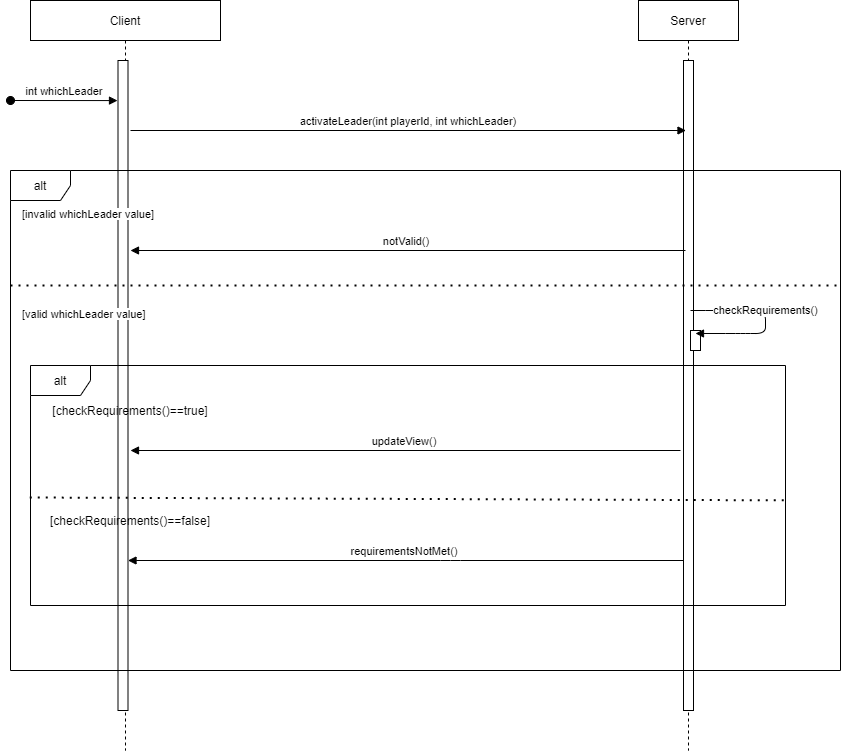
lolloz98/Masters-of-Renaissance keeps this draw.io diagram as deliverables/final/uml/sequence_diagram/activate_leader/activate_leader_sequence.png. Above is the earlier version. Source tidied: cells renumbered, new cells last; positions are measured from the earlier drawing's top-left corner, leaving out a move shared by most shapes. The source it was exported from:
```xml
<mxGraphModel background="#ffffff">
  <root>
    <mxCell id="0" />
    <mxCell id="1" parent="0" />
    <mxCell id="2" value="Client" style="shape=umlLifeline;perimeter=lifelinePerimeter;rounded=0;shadow=0;strokeWidth=1;" parent="1" vertex="1">
      <mxGeometry x="20" width="190" height="750" as="geometry" />
    </mxCell>
    <mxCell id="3" style="points=[];perimeter=orthogonalPerimeter;rounded=0;shadow=0;strokeWidth=1;" parent="2" vertex="1">
      <mxGeometry x="87.5" y="60" width="10" height="650" as="geometry" />
    </mxCell>
    <mxCell id="4" value="Server" style="shape=umlLifeline;perimeter=lifelinePerimeter;rounded=0;shadow=0;strokeWidth=1;" parent="1" vertex="1">
      <mxGeometry x="628" width="100" height="750" as="geometry" />
    </mxCell>
    <mxCell id="5" style="points=[];perimeter=orthogonalPerimeter;rounded=0;shadow=0;strokeWidth=1;" parent="4" vertex="1">
      <mxGeometry x="45" y="60" width="10" height="650" as="geometry" />
    </mxCell>
    <mxCell id="6" value="activateLeader(int playerId, int whichLeader)" style="verticalAlign=bottom;endArrow=block;entryX=0;entryY=0;shadow=0;strokeWidth=1;" parent="1" edge="1">
      <mxGeometry relative="1" as="geometry">
        <mxPoint x="120" y="130" as="sourcePoint" />
        <mxPoint x="675.5" y="130" as="targetPoint" />
      </mxGeometry>
    </mxCell>
    <mxCell id="7" style="endArrow=none;dashed=1;html=1;dashPattern=1 3;strokeWidth=2;exitX=0;exitY=0.25;exitDx=0;exitDy=0;entryX=1;entryY=0.25;entryDx=0;entryDy=0;" parent="1" edge="1">
      <mxGeometry relative="1" as="geometry">
        <mxPoint y="285" as="sourcePoint" />
        <mxPoint x="830" y="285" as="targetPoint" />
      </mxGeometry>
    </mxCell>
    <mxCell id="8" value="notValid()" style="verticalAlign=bottom;endArrow=block;shadow=0;strokeWidth=1;" parent="1" edge="1">
      <mxGeometry x="0.01" relative="1" as="geometry">
        <mxPoint x="675" y="250" as="sourcePoint" />
        <mxPoint x="120" y="250" as="targetPoint" />
      </mxGeometry>
    </mxCell>
    <mxCell id="9" value="requirementsNotMet()" style="verticalAlign=bottom;endArrow=block;shadow=0;strokeWidth=1;" parent="1" edge="1" source="5" target="3">
      <mxGeometry x="0.01" relative="1" as="geometry">
        <Array as="points">
          <mxPoint x="440" y="560" />
        </Array>
      </mxGeometry>
    </mxCell>
    <mxCell id="10" value="int whichLeader" style="verticalAlign=bottom;startArrow=oval;endArrow=block;startSize=8;shadow=0;strokeWidth=1;entryX=-0.05;entryY=0.208;entryDx=0;entryDy=0;entryPerimeter=0;" parent="1" edge="1">
      <mxGeometry relative="1" as="geometry">
        <mxPoint y="100" as="sourcePoint" />
        <mxPoint x="107" y="100.1" as="targetPoint" />
      </mxGeometry>
    </mxCell>
    <mxCell id="11" value="alt" style="shape=umlFrame;whiteSpace=wrap;html=1;" parent="1" vertex="1">
      <mxGeometry x="20" y="365" width="755" height="240" as="geometry" />
    </mxCell>
    <mxCell id="12" style="points=[];perimeter=orthogonalPerimeter;rounded=0;shadow=0;strokeWidth=1;" parent="1" vertex="1">
      <mxGeometry x="680" y="330" width="10" height="20" as="geometry" />
    </mxCell>
    <mxCell id="13" value="checkRequirements()" style="html=1;verticalAlign=bottom;endArrow=block;" parent="1" edge="1">
      <mxGeometry relative="1" as="geometry">
        <mxPoint x="680" y="310" as="sourcePoint" />
        <mxPoint x="685" y="333" as="targetPoint" />
        <Array as="points">
          <mxPoint x="695" y="310" />
          <mxPoint x="755" y="310" />
          <mxPoint x="755" y="333" />
          <mxPoint x="735" y="333" />
          <mxPoint x="725" y="333" />
        </Array>
      </mxGeometry>
    </mxCell>
    <mxCell id="14" value="&lt;div style=&quot;text-align: center&quot;&gt;&lt;font face=&quot;helvetica&quot;&gt;&lt;span style=&quot;font-size: 11px ; background-color: rgb(255 , 255 , 255)&quot;&gt;[valid whichLeader value]&lt;/span&gt;&lt;/font&gt;&lt;/div&gt;" style="text;whiteSpace=wrap;html=1;" parent="1" vertex="1">
      <mxGeometry x="10" y="300" width="300" height="30" as="geometry" />
    </mxCell>
    <mxCell id="15" value="updateView()" style="verticalAlign=bottom;endArrow=block;shadow=0;strokeWidth=1;" parent="1" edge="1">
      <mxGeometry x="0.01" relative="1" as="geometry">
        <mxPoint x="670" y="450" as="sourcePoint" />
        <mxPoint x="120" y="450" as="targetPoint" />
        <Array as="points">
          <mxPoint x="442.5" y="450" />
        </Array>
      </mxGeometry>
    </mxCell>
    <mxCell id="16" style="endArrow=none;dashed=1;html=1;dashPattern=1 3;strokeWidth=2;exitX=-0.001;exitY=0.55;exitDx=0;exitDy=0;exitPerimeter=0;entryX=1.004;entryY=0.562;entryDx=0;entryDy=0;entryPerimeter=0;" parent="1" edge="1" source="11" target="11">
      <mxGeometry relative="1" as="geometry" />
    </mxCell>
    <mxCell id="17" value="alt" style="shape=umlFrame;whiteSpace=wrap;html=1;" parent="1" vertex="1">
      <mxGeometry y="170" width="830" height="500" as="geometry" />
    </mxCell>
    <mxCell id="18" value="[checkRequirements()==true]" style="text;html=1;strokeColor=none;fillColor=none;align=center;verticalAlign=middle;whiteSpace=wrap;rounded=0;" parent="1" vertex="1">
      <mxGeometry x="100" y="400" width="40" height="20" as="geometry" />
    </mxCell>
    <mxCell id="19" value="[checkRequirements()==false]" style="text;html=1;strokeColor=none;fillColor=none;align=center;verticalAlign=middle;whiteSpace=wrap;rounded=0;" parent="1" vertex="1">
      <mxGeometry x="100" y="510" width="40" height="20" as="geometry" />
    </mxCell>
    <mxCell id="20" value="&lt;div style=&quot;text-align: center&quot;&gt;&lt;font face=&quot;helvetica&quot;&gt;&lt;span style=&quot;font-size: 11px ; background-color: rgb(255 , 255 , 255)&quot;&gt;[invalid whichLeader value]&lt;/span&gt;&lt;/font&gt;&lt;/div&gt;" style="text;whiteSpace=wrap;html=1;" parent="1" vertex="1">
      <mxGeometry x="10" y="200" width="300" height="30" as="geometry" />
    </mxCell>
  </root>
</mxGraphModel>
```
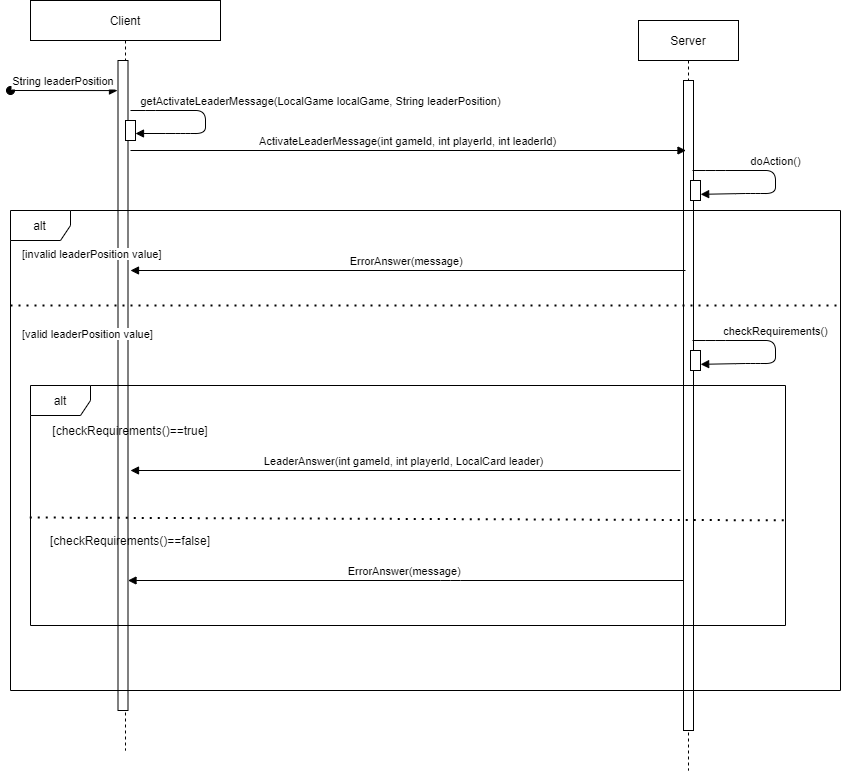
Above is the later version.

Commit message:
Updated sequence diagram for activate leader action

What changed in the source:
```diff
@@ -3,7 +3,7 @@
     <mxCell id="0" />
     <mxCell id="1" parent="0" />
     <mxCell id="2" value="Client" style="shape=umlLifeline;perimeter=lifelinePerimeter;rounded=0;shadow=0;strokeWidth=1;" parent="1" vertex="1">
-      <mxGeometry x="20" width="190" height="750" as="geometry" />
+      <mxGeometry x="20" y="-20" width="190" height="750" as="geometry" />
     </mxCell>
     <mxCell id="3" style="points=[];perimeter=orthogonalPerimeter;rounded=0;shadow=0;strokeWidth=1;" parent="2" vertex="1">
       <mxGeometry x="87.5" y="60" width="10" height="650" as="geometry" />
@@ -14,7 +14,7 @@
     <mxCell id="5" style="points=[];perimeter=orthogonalPerimeter;rounded=0;shadow=0;strokeWidth=1;" parent="4" vertex="1">
       <mxGeometry x="45" y="60" width="10" height="650" as="geometry" />
     </mxCell>
-    <mxCell id="6" value="activateLeader(int playerId, int whichLeader)" style="verticalAlign=bottom;endArrow=block;entryX=0;entryY=0;shadow=0;strokeWidth=1;" parent="1" edge="1">
+    <mxCell id="6" value="ActivateLeaderMessage(int gameId, int playerId, int leaderId)" style="verticalAlign=bottom;endArrow=block;entryX=0;entryY=0;shadow=0;strokeWidth=1;" parent="1" edge="1">
       <mxGeometry relative="1" as="geometry">
         <mxPoint x="120" y="130" as="sourcePoint" />
         <mxPoint x="675.5" y="130" as="targetPoint" />
@@ -26,23 +26,23 @@
         <mxPoint x="830" y="285" as="targetPoint" />
       </mxGeometry>
     </mxCell>
-    <mxCell id="8" value="notValid()" style="verticalAlign=bottom;endArrow=block;shadow=0;strokeWidth=1;" parent="1" edge="1">
+    <mxCell id="8" value="ErrorAnswer(message)" style="verticalAlign=bottom;endArrow=block;shadow=0;strokeWidth=1;" parent="1" edge="1">
       <mxGeometry x="0.01" relative="1" as="geometry">
         <mxPoint x="675" y="250" as="sourcePoint" />
         <mxPoint x="120" y="250" as="targetPoint" />
       </mxGeometry>
     </mxCell>
-    <mxCell id="9" value="requirementsNotMet()" style="verticalAlign=bottom;endArrow=block;shadow=0;strokeWidth=1;" parent="1" edge="1" source="5" target="3">
+    <mxCell id="9" value="ErrorAnswer(message)" style="verticalAlign=bottom;endArrow=block;shadow=0;strokeWidth=1;" parent="1" edge="1" source="5" target="3">
       <mxGeometry x="0.01" relative="1" as="geometry">
         <Array as="points">
           <mxPoint x="440" y="560" />
         </Array>
       </mxGeometry>
     </mxCell>
-    <mxCell id="10" value="int whichLeader" style="verticalAlign=bottom;startArrow=oval;endArrow=block;startSize=8;shadow=0;strokeWidth=1;entryX=-0.05;entryY=0.208;entryDx=0;entryDy=0;entryPerimeter=0;" parent="1" edge="1">
+    <mxCell id="10" value="String leaderPosition" style="verticalAlign=bottom;startArrow=oval;endArrow=block;startSize=8;shadow=0;strokeWidth=1;entryX=-0.05;entryY=0.208;entryDx=0;entryDy=0;entryPerimeter=0;" parent="1" edge="1">
       <mxGeometry relative="1" as="geometry">
-        <mxPoint y="100" as="sourcePoint" />
-        <mxPoint x="107" y="100.1" as="targetPoint" />
+        <mxPoint y="70" as="sourcePoint" />
+        <mxPoint x="107" y="70.1" as="targetPoint" />
       </mxGeometry>
     </mxCell>
     <mxCell id="11" value="alt" style="shape=umlFrame;whiteSpace=wrap;html=1;" parent="1" vertex="1">
@@ -51,23 +51,23 @@
     <mxCell id="12" style="points=[];perimeter=orthogonalPerimeter;rounded=0;shadow=0;strokeWidth=1;" parent="1" vertex="1">
       <mxGeometry x="680" y="330" width="10" height="20" as="geometry" />
     </mxCell>
-    <mxCell id="13" value="checkRequirements()" style="html=1;verticalAlign=bottom;endArrow=block;" parent="1" edge="1">
-      <mxGeometry relative="1" as="geometry">
-        <mxPoint x="680" y="310" as="sourcePoint" />
-        <mxPoint x="685" y="333" as="targetPoint" />
+    <mxCell id="13" value="getActivateLeaderMessage(LocalGame localGame, String leaderPosition)" style="html=1;verticalAlign=bottom;endArrow=block;" parent="1" edge="1">
+      <mxGeometry x="-0.11" y="115" relative="1" as="geometry">
+        <mxPoint x="120" y="90" as="sourcePoint" />
+        <mxPoint x="125" y="113" as="targetPoint" />
         <Array as="points">
-          <mxPoint x="695" y="310" />
-          <mxPoint x="755" y="310" />
-          <mxPoint x="755" y="333" />
-          <mxPoint x="735" y="333" />
-          <mxPoint x="725" y="333" />
+          <mxPoint x="135" y="90" />
+          <mxPoint x="195" y="90" />
+          <mxPoint x="195" y="113" />
+          <mxPoint x="175" y="113" />
+          <mxPoint x="165" y="113" />
         </Array>
       </mxGeometry>
     </mxCell>
-    <mxCell id="14" value="&lt;div style=&quot;text-align: center&quot;&gt;&lt;font face=&quot;helvetica&quot;&gt;&lt;span style=&quot;font-size: 11px ; background-color: rgb(255 , 255 , 255)&quot;&gt;[valid whichLeader value]&lt;/span&gt;&lt;/font&gt;&lt;/div&gt;" style="text;whiteSpace=wrap;html=1;" parent="1" vertex="1">
+    <mxCell id="14" value="&lt;div style=&quot;text-align: center&quot;&gt;&lt;font face=&quot;helvetica&quot;&gt;&lt;span style=&quot;font-size: 11px ; background-color: rgb(255 , 255 , 255)&quot;&gt;[valid&amp;nbsp;&lt;/span&gt;&lt;/font&gt;&lt;span style=&quot;font-size: 11px ; background-color: rgb(255 , 255 , 255)&quot;&gt;leaderPosition&amp;nbsp;&lt;/span&gt;&lt;font face=&quot;helvetica&quot;&gt;&lt;span style=&quot;font-size: 11px ; background-color: rgb(255 , 255 , 255)&quot;&gt;value]&lt;/span&gt;&lt;/font&gt;&lt;/div&gt;" style="text;whiteSpace=wrap;html=1;" parent="1" vertex="1">
       <mxGeometry x="10" y="300" width="300" height="30" as="geometry" />
     </mxCell>
-    <mxCell id="15" value="updateView()" style="verticalAlign=bottom;endArrow=block;shadow=0;strokeWidth=1;" parent="1" edge="1">
+    <mxCell id="15" value="LeaderAnswer(int gameId, int playerId, LocalCard leader)" style="verticalAlign=bottom;endArrow=block;shadow=0;strokeWidth=1;" parent="1" edge="1">
       <mxGeometry x="0.01" relative="1" as="geometry">
         <mxPoint x="670" y="450" as="sourcePoint" />
         <mxPoint x="120" y="450" as="targetPoint" />
@@ -80,7 +80,7 @@
       <mxGeometry relative="1" as="geometry" />
     </mxCell>
     <mxCell id="17" value="alt" style="shape=umlFrame;whiteSpace=wrap;html=1;" parent="1" vertex="1">
-      <mxGeometry y="170" width="830" height="500" as="geometry" />
+      <mxGeometry y="190" width="830" height="480" as="geometry" />
     </mxCell>
     <mxCell id="18" value="[checkRequirements()==true]" style="text;html=1;strokeColor=none;fillColor=none;align=center;verticalAlign=middle;whiteSpace=wrap;rounded=0;" parent="1" vertex="1">
       <mxGeometry x="100" y="400" width="40" height="20" as="geometry" />
@@ -88,8 +88,40 @@
     <mxCell id="19" value="[checkRequirements()==false]" style="text;html=1;strokeColor=none;fillColor=none;align=center;verticalAlign=middle;whiteSpace=wrap;rounded=0;" parent="1" vertex="1">
       <mxGeometry x="100" y="510" width="40" height="20" as="geometry" />
     </mxCell>
-    <mxCell id="20" value="&lt;div style=&quot;text-align: center&quot;&gt;&lt;font face=&quot;helvetica&quot;&gt;&lt;span style=&quot;font-size: 11px ; background-color: rgb(255 , 255 , 255)&quot;&gt;[invalid whichLeader value]&lt;/span&gt;&lt;/font&gt;&lt;/div&gt;" style="text;whiteSpace=wrap;html=1;" parent="1" vertex="1">
-      <mxGeometry x="10" y="200" width="300" height="30" as="geometry" />
+    <mxCell id="20" value="&lt;div style=&quot;text-align: center&quot;&gt;&lt;font face=&quot;helvetica&quot;&gt;&lt;span style=&quot;font-size: 11px ; background-color: rgb(255 , 255 , 255)&quot;&gt;[invalid&amp;nbsp;&lt;/span&gt;&lt;/font&gt;&lt;span style=&quot;font-size: 11px ; background-color: rgb(255 , 255 , 255)&quot;&gt;leaderPosition&amp;nbsp;&lt;/span&gt;&lt;font face=&quot;helvetica&quot;&gt;&lt;span style=&quot;font-size: 11px ; background-color: rgb(255 , 255 , 255)&quot;&gt;value]&lt;/span&gt;&lt;/font&gt;&lt;/div&gt;" style="text;whiteSpace=wrap;html=1;" parent="1" vertex="1">
+      <mxGeometry x="10" y="220" width="300" height="30" as="geometry" />
     </mxCell>
+    <mxCell id="21" style="perimeter=orthogonalPerimeter;rounded=0;shadow=0;strokeWidth=1;" parent="1" vertex="1">
+      <mxGeometry x="115" y="100" width="10" height="20" as="geometry" />
+    </mxCell>
+    <mxCell id="22" value="checkRequirements()" style="html=1;verticalAlign=bottom;endArrow=block;entryX=1.014;entryY=0.691;entryDx=0;entryDy=0;entryPerimeter=0;" parent="1" edge="1" target="12">
+      <mxGeometry x="-0.08" relative="1" as="geometry">
+        <mxPoint x="682" y="320" as="sourcePoint" />
+        <Array as="points">
+          <mxPoint x="705" y="320" />
+          <mxPoint x="765" y="320" />
+          <mxPoint x="765" y="343" />
+          <mxPoint x="745" y="343" />
+          <mxPoint x="735" y="343" />
+        </Array>
+        <mxPoint y="-1" as="offset" />
+      </mxGeometry>
+    </mxCell>
+    <mxCell id="23" style="points=[];perimeter=orthogonalPerimeter;rounded=0;shadow=0;strokeWidth=1;" parent="1" vertex="1">
+      <mxGeometry x="680" y="160" width="10" height="20" as="geometry" />
+    </mxCell>
+    <mxCell id="24" value="doAction()" style="html=1;verticalAlign=bottom;endArrow=block;entryX=1.014;entryY=0.691;entryDx=0;entryDy=0;entryPerimeter=0;" parent="1" edge="1" target="23">
+      <mxGeometry x="-0.08" relative="1" as="geometry">
+        <mxPoint x="682" y="150" as="sourcePoint" />
+        <Array as="points">
+          <mxPoint x="705" y="150" />
+          <mxPoint x="765" y="150" />
+          <mxPoint x="765" y="173" />
+          <mxPoint x="745" y="173" />
+          <mxPoint x="735" y="173" />
+        </Array>
+        <mxPoint y="-1" as="offset" />
+      </mxGeometry>
+    </mxCell>
   </root>
 </mxGraphModel>
```
